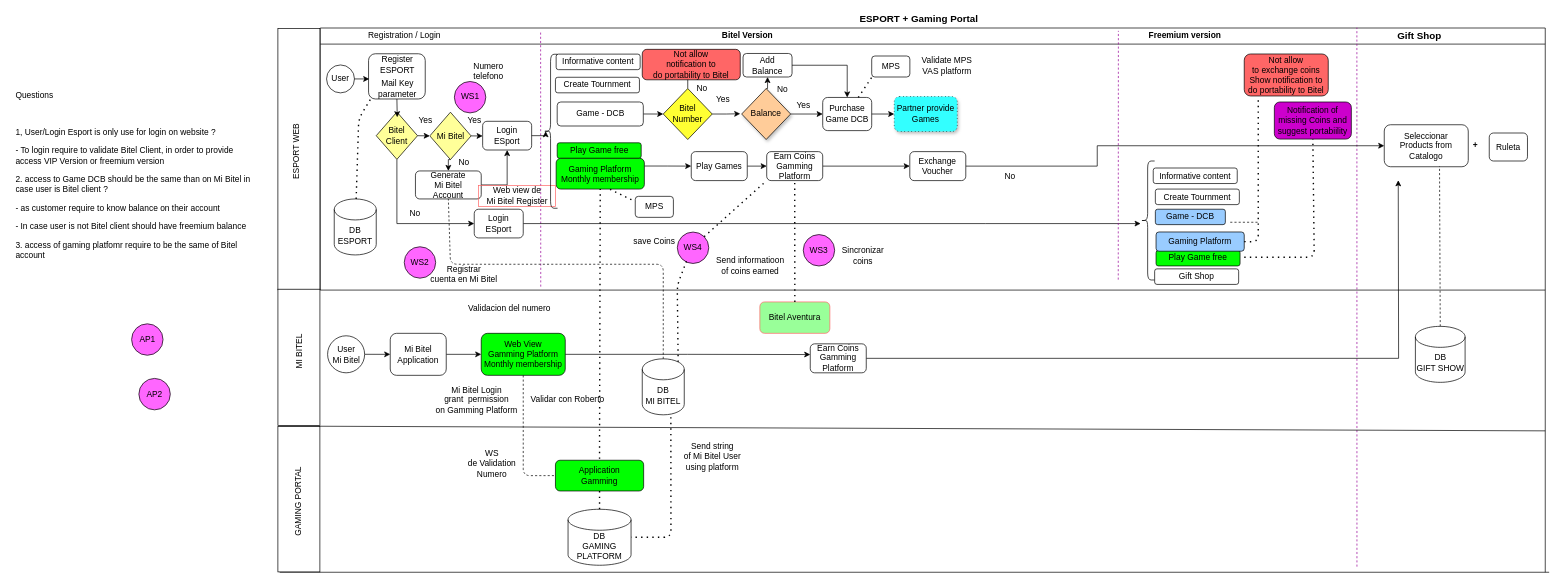
Above: Mercado Libre /Esport and Bitel Gaming.drawio in czevallos99/Ecommerce (draw.io), before the change. Source tidied: cells renumbered, new cells numbered last; positions are measured from the earlier drawing's top-left corner, leaving out a move shared by most shapes. Both pictures are drawn from the tidied source at 70%, with x=0, y=0 at pixel (12, 12).
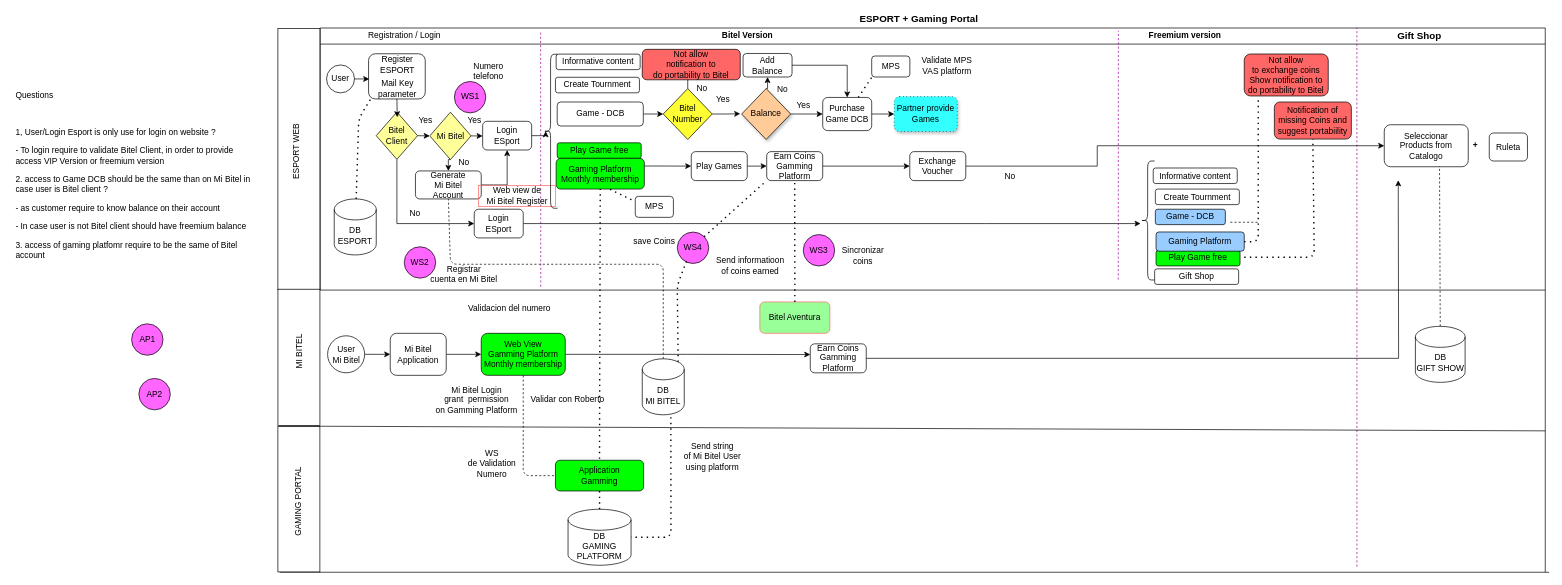
The same diagram, later.

Unchanged cells that the change refers to:
```xml
<mxCell id="2" style="swimlane;whiteSpace=wrap;startSize=23;" parent="1" vertex="1">
  <mxGeometry x="440" y="22.5" width="1750" height="374.4" as="geometry" />
</mxCell>
```

Change to the diagram source:
```diff
@@
-    <mxCell id="38" value="&lt;div&gt;Notification of missing Coins and suggest portabiility&lt;br&gt;&lt;/div&gt;" style="rounded=1;whiteSpace=wrap;html=1;shadow=0;fillColor=#CC00CC;" parent="2" vertex="1">
+    <mxCell id="38" value="&lt;div&gt;Notification of missing Coins and suggest portabiility&lt;br&gt;&lt;/div&gt;" style="rounded=1;whiteSpace=wrap;html=1;shadow=0;fillColor=#FF6666;" parent="2" vertex="1">
       <mxGeometry x="1363" y="105.7" width="110" height="53" as="geometry" />
     </mxCell>
```
